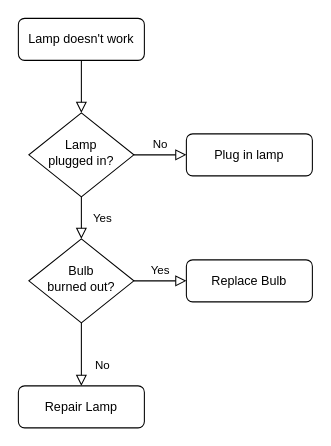
Before: Untitled Diagram.drawio in owenhunter4/drawio, a draw.io diagram. Source tidied: cells renumbered, new cells numbered last; positions are measured from the earlier drawing's top-left corner, leaving out a move shared by most shapes. Both pictures are drawn from the tidied source at 105%, with x=0, y=0 at pixel (18, 18).
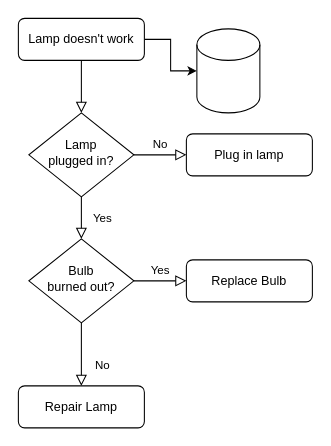
The same page after the edit.

Change to the diagram source:
```diff
@@
 <mxGraphModel>
   <root>
     <mxCell id="0" />
     <mxCell id="1" parent="0" />
     <mxCell id="2" style="rounded=0;html=1;jettySize=auto;fontSize=11;endArrow=block;endFill=0;endSize=8;strokeWidth=1;shadow=0;labelBackgroundColor=none;edgeStyle=orthogonalEdgeStyle;" parent="1" edge="1" source="3" target="6">
       <mxGeometry relative="1" as="geometry" />
     </mxCell>
+    <mxCell id="13" style="edgeStyle=orthogonalEdgeStyle;rounded=0;jettySize=auto;html=1;" parent="1" edge="1" source="3" target="14">
+      <mxGeometry relative="1" as="geometry" />
+    </mxCell>
     <mxCell id="3" value="Lamp doesn't work" style="rounded=1;whiteSpace=wrap;html=1;fontSize=12;glass=0;strokeWidth=1;shadow=0;" parent="1" vertex="1">
       <mxGeometry width="120" height="40" as="geometry" />
     </mxCell>
     <mxCell id="4" value="Yes" style="rounded=0;html=1;jettySize=auto;fontSize=11;endArrow=block;endFill=0;endSize=8;strokeWidth=1;shadow=0;labelBackgroundColor=none;edgeStyle=orthogonalEdgeStyle;" parent="1" edge="1" source="6" target="10">
       <mxGeometry y="20" relative="1" as="geometry" />
     </mxCell>
     <mxCell id="5" value="No" style="edgeStyle=orthogonalEdgeStyle;rounded=0;html=1;jettySize=auto;fontSize=11;endArrow=block;endFill=0;endSize=8;strokeWidth=1;shadow=0;labelBackgroundColor=none;" parent="1" edge="1" source="6" target="7">
       <mxGeometry y="10" relative="1" as="geometry" />
     </mxCell>
     <mxCell id="6" value="Lamp&lt;br&gt;plugged in?" style="rhombus;whiteSpace=wrap;html=1;shadow=0;fontFamily=Helvetica;fontSize=12;align=center;strokeWidth=1;spacing=6;spacingTop=-4;" parent="1" vertex="1">
       <mxGeometry x="10" y="90" width="100" height="80" as="geometry" />
     </mxCell>
     <mxCell id="7" value="Plug in lamp" style="rounded=1;whiteSpace=wrap;html=1;fontSize=12;glass=0;strokeWidth=1;shadow=0;" parent="1" vertex="1">
       <mxGeometry x="160" y="110" width="120" height="40" as="geometry" />
     </mxCell>
     <mxCell id="8" value="No" style="rounded=0;html=1;jettySize=auto;fontSize=11;endArrow=block;endFill=0;endSize=8;strokeWidth=1;shadow=0;labelBackgroundColor=none;edgeStyle=orthogonalEdgeStyle;" parent="1" edge="1" source="10" target="11">
       <mxGeometry x="0.33" y="20" relative="1" as="geometry" />
     </mxCell>
     <mxCell id="9" value="Yes" style="edgeStyle=orthogonalEdgeStyle;rounded=0;html=1;jettySize=auto;fontSize=11;endArrow=block;endFill=0;endSize=8;strokeWidth=1;shadow=0;labelBackgroundColor=none;" parent="1" edge="1" source="10" target="12">
       <mxGeometry y="10" relative="1" as="geometry" />
     </mxCell>
     <mxCell id="10" value="Bulb&lt;br&gt;burned out?" style="rhombus;whiteSpace=wrap;html=1;shadow=0;fontFamily=Helvetica;fontSize=12;align=center;strokeWidth=1;spacing=6;spacingTop=-4;" parent="1" vertex="1">
       <mxGeometry x="10" y="210" width="100" height="80" as="geometry" />
     </mxCell>
     <mxCell id="11" value="Repair Lamp" style="rounded=1;whiteSpace=wrap;html=1;fontSize=12;glass=0;strokeWidth=1;shadow=0;" parent="1" vertex="1">
       <mxGeometry y="350" width="120" height="40" as="geometry" />
     </mxCell>
     <mxCell id="12" value="Replace Bulb" style="rounded=1;whiteSpace=wrap;html=1;fontSize=12;glass=0;strokeWidth=1;shadow=0;" parent="1" vertex="1">
       <mxGeometry x="160" y="230" width="120" height="40" as="geometry" />
     </mxCell>
+    <mxCell id="14" style="shape=cylinder3;whiteSpace=wrap;html=1;boundedLbl=1;backgroundOutline=1;size=15;" parent="1" vertex="1">
+      <mxGeometry x="170" y="10" width="60" height="80" as="geometry" />
+    </mxCell>
   </root>
 </mxGraphModel>
```
